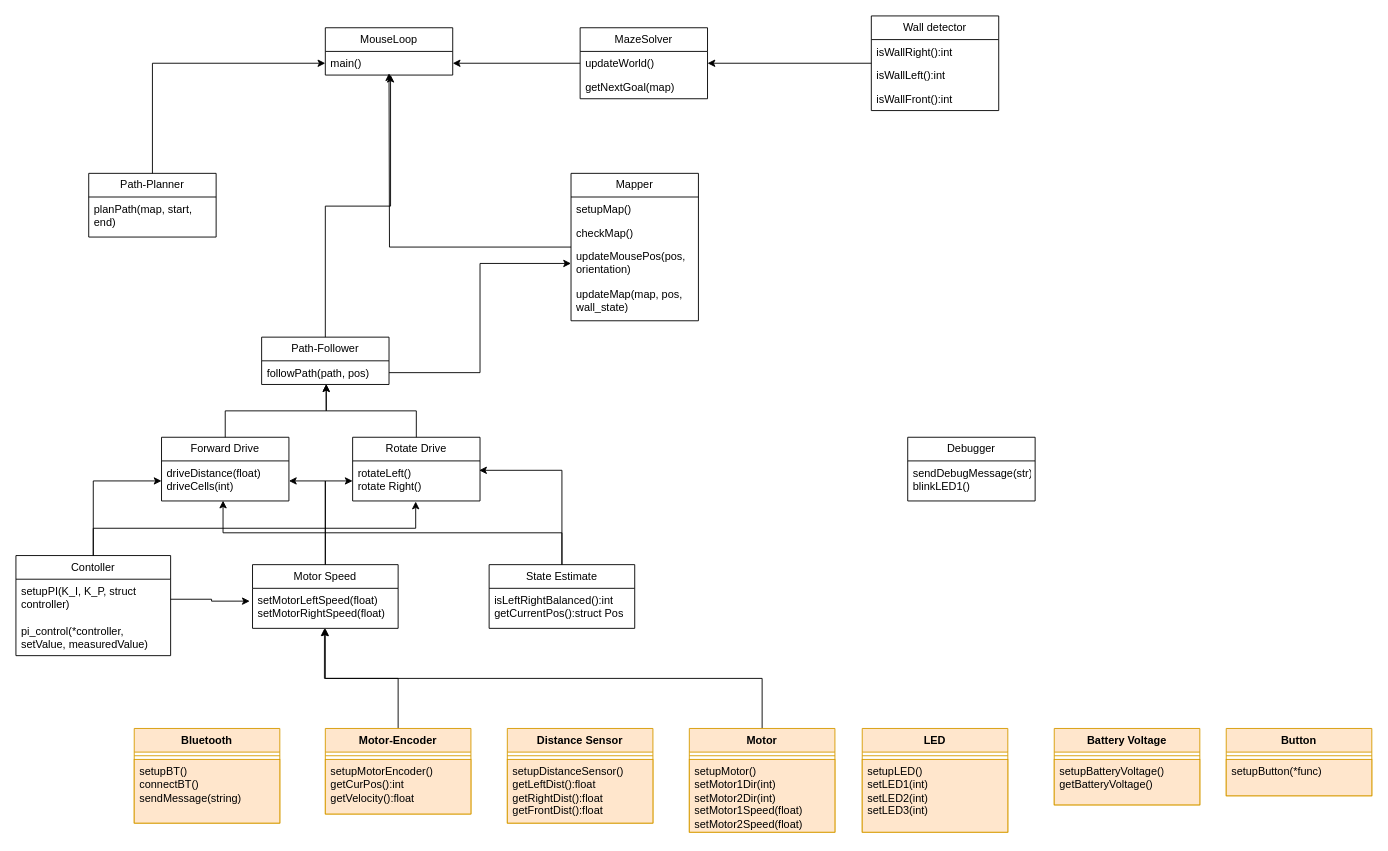
Above: draft/class_diagram.drawio in AminSeffo/Micromouse (draw.io), before the change. Source tidied: cells renumbered, new cells numbered last; positions are measured from the earlier drawing's top-left corner, leaving out a move shared by most shapes. Both pictures are drawn from the tidied source at 91%, with x=0, y=0 at pixel (15, 15).
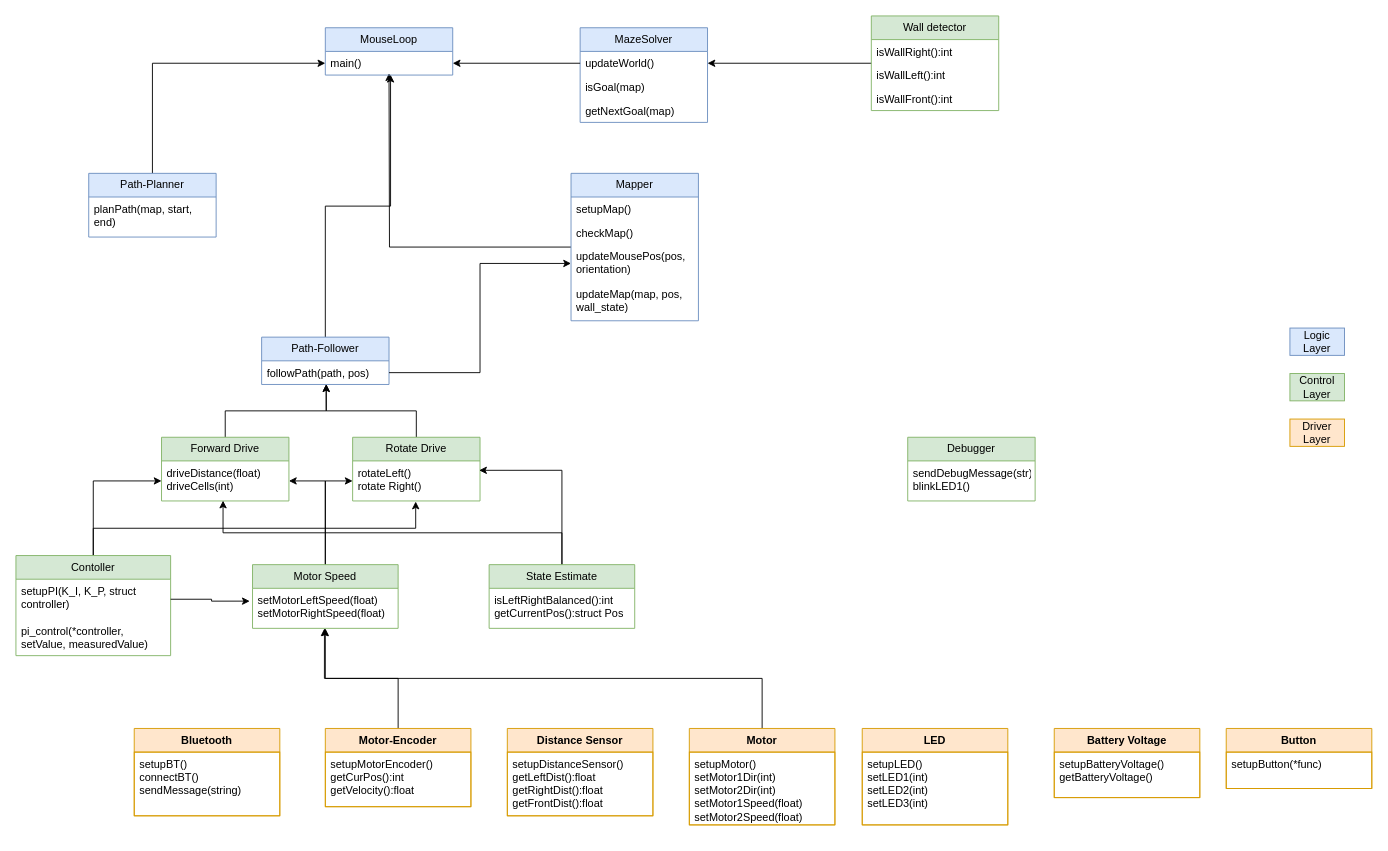
Above is the later version.

Change to the diagram source:
```diff
@@
     <mxCell id="2" value="Bluetooth" style="swimlane;fontStyle=1;align=center;verticalAlign=top;horizontal=1;startSize=26;whiteSpace=wrap;html=1;fillColor=#ffe6cc;strokeColor=#d79b00;" parent="1" vertex="1">
-      <mxGeometry x="130" y="783" width="160" height="104" as="geometry" />
+      <mxGeometry x="130" y="783" width="160" height="96" as="geometry" />
     </mxCell>
-    <mxCell id="3" style="line;strokeWidth=1;fillColor=#ffe6cc;align=left;verticalAlign=middle;spacingTop=-1;spacingLeft=3;spacingRight=3;labelPosition=right;strokeColor=#d79b00;" parent="2" vertex="1">
-      <mxGeometry y="26" width="160" height="8" as="geometry" />
-    </mxCell>
-    <mxCell id="4" value="setupBT()&lt;br&gt;connectBT()&lt;br&gt;sendMessage(string)&lt;br&gt;" style="text;strokeColor=#d79b00;fillColor=#ffe6cc;align=left;verticalAlign=top;spacingLeft=4;spacingRight=4;overflow=hidden;whiteSpace=wrap;html=1;" parent="2" vertex="1">
-      <mxGeometry y="34" width="160" height="70" as="geometry" />
+    <mxCell id="4" value="setupBT()&lt;br&gt;connectBT()&lt;br&gt;sendMessage(string)&lt;br&gt;" style="text;strokeColor=#d79b00;fillColor=none;align=left;verticalAlign=top;spacingLeft=4;spacingRight=4;overflow=hidden;whiteSpace=wrap;html=1;" parent="2" vertex="1">
+      <mxGeometry y="26" width="160" height="70" as="geometry" />
     </mxCell>
@@
     <mxCell id="6" value="Motor-Encoder" style="swimlane;fontStyle=1;align=center;verticalAlign=top;horizontal=1;startSize=26;whiteSpace=wrap;html=1;fillColor=#ffe6cc;strokeColor=#d79b00;" parent="1" vertex="1">
-      <mxGeometry x="340" y="783" width="160" height="94" as="geometry" />
+      <mxGeometry x="340" y="783" width="160" height="86" as="geometry" />
     </mxCell>
-    <mxCell id="7" style="line;strokeWidth=1;fillColor=#ffe6cc;align=left;verticalAlign=middle;spacingTop=-1;spacingLeft=3;spacingRight=3;labelPosition=right;strokeColor=#d79b00;" parent="6" vertex="1">
-      <mxGeometry y="26" width="160" height="8" as="geometry" />
-    </mxCell>
-    <mxCell id="8" value="setupMotorEncoder()&lt;br&gt;getCurPos():int&lt;br&gt;getVelocity():float&lt;br&gt;&lt;br&gt;" style="text;strokeColor=#d79b00;fillColor=#ffe6cc;align=left;verticalAlign=top;spacingLeft=4;spacingRight=4;overflow=hidden;whiteSpace=wrap;html=1;" parent="6" vertex="1">
-      <mxGeometry y="34" width="160" height="60" as="geometry" />
+    <mxCell id="8" value="setupMotorEncoder()&lt;br&gt;getCurPos():int&lt;br&gt;getVelocity():float&lt;br&gt;&lt;br&gt;" style="text;strokeColor=#d79b00;fillColor=none;align=left;verticalAlign=top;spacingLeft=4;spacingRight=4;overflow=hidden;whiteSpace=wrap;html=1;" parent="6" vertex="1">
+      <mxGeometry y="26" width="160" height="60" as="geometry" />
     </mxCell>
     <mxCell id="9" value="Distance Sensor" style="swimlane;fontStyle=1;align=center;verticalAlign=top;horizontal=1;startSize=26;whiteSpace=wrap;html=1;fillColor=#ffe6cc;strokeColor=#d79b00;" parent="1" vertex="1">
-      <mxGeometry x="540" y="783" width="160" height="104" as="geometry" />
+      <mxGeometry x="540" y="783" width="160" height="96" as="geometry" />
     </mxCell>
-    <mxCell id="10" style="line;strokeWidth=1;fillColor=#ffe6cc;align=left;verticalAlign=middle;spacingTop=-1;spacingLeft=3;spacingRight=3;labelPosition=right;strokeColor=#d79b00;" parent="9" vertex="1">
-      <mxGeometry y="26" width="160" height="8" as="geometry" />
-    </mxCell>
-    <mxCell id="11" value="setupDistanceSensor()&lt;br&gt;getLeftDist():float&lt;br&gt;getRightDist():float&lt;br&gt;getFrontDist():float" style="text;strokeColor=#d79b00;fillColor=#ffe6cc;align=left;verticalAlign=top;spacingLeft=4;spacingRight=4;overflow=hidden;whiteSpace=wrap;html=1;" parent="9" vertex="1">
-      <mxGeometry y="34" width="160" height="70" as="geometry" />
+    <mxCell id="11" value="setupDistanceSensor()&lt;br&gt;getLeftDist():float&lt;br&gt;getRightDist():float&lt;br&gt;getFrontDist():float" style="text;strokeColor=#d79b00;fillColor=none;align=left;verticalAlign=top;spacingLeft=4;spacingRight=4;overflow=hidden;whiteSpace=wrap;html=1;" parent="9" vertex="1">
+      <mxGeometry y="26" width="160" height="70" as="geometry" />
     </mxCell>
@@
     <mxCell id="13" value="Motor" style="swimlane;fontStyle=1;align=center;verticalAlign=top;horizontal=1;startSize=26;whiteSpace=wrap;html=1;fillColor=#ffe6cc;strokeColor=#d79b00;" parent="1" vertex="1">
-      <mxGeometry x="740" y="783" width="160" height="114" as="geometry" />
+      <mxGeometry x="740" y="783" width="160" height="106" as="geometry" />
     </mxCell>
-    <mxCell id="14" style="line;strokeWidth=1;fillColor=#ffe6cc;align=left;verticalAlign=middle;spacingTop=-1;spacingLeft=3;spacingRight=3;labelPosition=right;strokeColor=#d79b00;" parent="13" vertex="1">
-      <mxGeometry y="26" width="160" height="8" as="geometry" />
-    </mxCell>
-    <mxCell id="15" value="setupMotor()&lt;br&gt;setMotor1Dir(int)&lt;br&gt;setMotor2Dir(int)&lt;br&gt;setMotor1Speed(float)&lt;br&gt;setMotor2Speed(float)" style="text;strokeColor=#d79b00;fillColor=#ffe6cc;align=left;verticalAlign=top;spacingLeft=4;spacingRight=4;overflow=hidden;whiteSpace=wrap;html=1;" parent="13" vertex="1">
-      <mxGeometry y="34" width="160" height="80" as="geometry" />
+    <mxCell id="15" value="setupMotor()&lt;br&gt;setMotor1Dir(int)&lt;br&gt;setMotor2Dir(int)&lt;br&gt;setMotor1Speed(float)&lt;br&gt;setMotor2Speed(float)" style="text;strokeColor=#d79b00;fillColor=none;align=left;verticalAlign=top;spacingLeft=4;spacingRight=4;overflow=hidden;whiteSpace=wrap;html=1;" parent="13" vertex="1">
+      <mxGeometry y="26" width="160" height="80" as="geometry" />
     </mxCell>
     <mxCell id="16" value="LED" style="swimlane;fontStyle=1;align=center;verticalAlign=top;horizontal=1;startSize=26;whiteSpace=wrap;html=1;fillColor=#ffe6cc;strokeColor=#d79b00;" parent="1" vertex="1">
-      <mxGeometry x="930" y="783" width="160" height="114" as="geometry" />
+      <mxGeometry x="930" y="783" width="160" height="106" as="geometry" />
     </mxCell>
-    <mxCell id="17" style="line;strokeWidth=1;fillColor=#ffe6cc;align=left;verticalAlign=middle;spacingTop=-1;spacingLeft=3;spacingRight=3;labelPosition=right;strokeColor=#d79b00;" parent="16" vertex="1">
-      <mxGeometry y="26" width="160" height="8" as="geometry" />
-    </mxCell>
-    <mxCell id="18" value="setupLED()&lt;br&gt;setLED1(int)&lt;br&gt;setLED2(int)&lt;br&gt;setLED3(int)" style="text;strokeColor=#d79b00;fillColor=#ffe6cc;align=left;verticalAlign=top;spacingLeft=4;spacingRight=4;overflow=hidden;whiteSpace=wrap;html=1;" parent="16" vertex="1">
-      <mxGeometry y="34" width="160" height="80" as="geometry" />
+    <mxCell id="18" value="setupLED()&lt;br&gt;setLED1(int)&lt;br&gt;setLED2(int)&lt;br&gt;setLED3(int)" style="text;strokeColor=#d79b00;fillColor=none;align=left;verticalAlign=top;spacingLeft=4;spacingRight=4;overflow=hidden;whiteSpace=wrap;html=1;" parent="16" vertex="1">
+      <mxGeometry y="26" width="160" height="80" as="geometry" />
     </mxCell>
     <mxCell id="19" value="Battery Voltage" style="swimlane;fontStyle=1;align=center;verticalAlign=top;horizontal=1;startSize=26;whiteSpace=wrap;html=1;fillColor=#ffe6cc;strokeColor=#d79b00;" parent="1" vertex="1">
-      <mxGeometry x="1141" y="783" width="160" height="84" as="geometry" />
+      <mxGeometry x="1141" y="783" width="160" height="76" as="geometry" />
     </mxCell>
-    <mxCell id="20" style="line;strokeWidth=1;fillColor=#ffe6cc;align=left;verticalAlign=middle;spacingTop=-1;spacingLeft=3;spacingRight=3;labelPosition=right;strokeColor=#d79b00;" parent="19" vertex="1">
-      <mxGeometry y="26" width="160" height="8" as="geometry" />
-    </mxCell>
-    <mxCell id="21" value="setupBatteryVoltage()&lt;br&gt;getBatteryVoltage()" style="text;strokeColor=#d79b00;fillColor=#ffe6cc;align=left;verticalAlign=top;spacingLeft=4;spacingRight=4;overflow=hidden;whiteSpace=wrap;html=1;" parent="19" vertex="1">
-      <mxGeometry y="34" width="160" height="50" as="geometry" />
+    <mxCell id="21" value="setupBatteryVoltage()&lt;br&gt;getBatteryVoltage()" style="text;strokeColor=#d79b00;fillColor=none;align=left;verticalAlign=top;spacingLeft=4;spacingRight=4;overflow=hidden;whiteSpace=wrap;html=1;" parent="19" vertex="1">
+      <mxGeometry y="26" width="160" height="50" as="geometry" />
     </mxCell>
     <mxCell id="22" value="Button" style="swimlane;fontStyle=1;align=center;verticalAlign=top;horizontal=1;startSize=26;whiteSpace=wrap;html=1;fillColor=#ffe6cc;strokeColor=#d79b00;" parent="1" vertex="1">
-      <mxGeometry x="1330" y="783" width="160" height="74" as="geometry" />
+      <mxGeometry x="1330" y="783" width="160" height="66" as="geometry" />
     </mxCell>
-    <mxCell id="23" style="line;strokeWidth=1;fillColor=#ffe6cc;align=left;verticalAlign=middle;spacingTop=-1;spacingLeft=3;spacingRight=3;labelPosition=right;strokeColor=#d79b00;" parent="22" vertex="1">
-      <mxGeometry y="26" width="160" height="8" as="geometry" />
-    </mxCell>
-    <mxCell id="24" value="setupButton(*func)" style="text;strokeColor=#d79b00;fillColor=#ffe6cc;align=left;verticalAlign=top;spacingLeft=4;spacingRight=4;overflow=hidden;whiteSpace=wrap;html=1;" parent="22" vertex="1">
-      <mxGeometry y="34" width="160" height="40" as="geometry" />
+    <mxCell id="24" value="setupButton(*func)" style="text;strokeColor=#d79b00;fillColor=none;align=left;verticalAlign=top;spacingLeft=4;spacingRight=4;overflow=hidden;whiteSpace=wrap;html=1;" parent="22" vertex="1">
+      <mxGeometry y="26" width="160" height="40" as="geometry" />
     </mxCell>
@@
-    <mxCell id="27" value="Motor Speed" style="swimlane;fontStyle=0;horizontal=1;startSize=26;fillColor=none;whiteSpace=wrap;html=1;" parent="1" vertex="1">
+    <mxCell id="27" value="Motor Speed" style="swimlane;fontStyle=0;horizontal=1;startSize=26;fillColor=#d5e8d4;whiteSpace=wrap;html=1;strokeColor=#82b366;" parent="1" vertex="1">
       <mxGeometry x="260" y="603" width="160" height="70" as="geometry" />
     </mxCell>
@@
-    <mxCell id="30" value="Forward Drive" style="swimlane;fontStyle=0;horizontal=1;startSize=26;fillColor=none;whiteSpace=wrap;html=1;" parent="1" vertex="1">
+    <mxCell id="30" value="Forward Drive" style="swimlane;fontStyle=0;horizontal=1;startSize=26;fillColor=#d5e8d4;whiteSpace=wrap;html=1;strokeColor=#82b366;" parent="1" vertex="1">
       <mxGeometry x="160" y="463" width="140" height="70" as="geometry" />
     </mxCell>
@@
-    <mxCell id="33" value="Rotate Drive" style="swimlane;fontStyle=0;horizontal=1;startSize=26;fillColor=none;whiteSpace=wrap;html=1;" parent="1" vertex="1">
+    <mxCell id="33" value="Rotate Drive" style="swimlane;fontStyle=0;horizontal=1;startSize=26;fillColor=#d5e8d4;whiteSpace=wrap;html=1;strokeColor=#82b366;" parent="1" vertex="1">
       <mxGeometry x="370" y="463" width="140" height="70" as="geometry" />
     </mxCell>
@@
-    <mxCell id="37" value="State Estimate" style="swimlane;fontStyle=0;horizontal=1;startSize=26;fillColor=none;whiteSpace=wrap;html=1;" parent="1" vertex="1">
+    <mxCell id="37" value="State Estimate" style="swimlane;fontStyle=0;horizontal=1;startSize=26;fillColor=#d5e8d4;whiteSpace=wrap;html=1;strokeColor=#82b366;" parent="1" vertex="1">
       <mxGeometry x="520" y="603" width="160" height="70" as="geometry" />
     </mxCell>
@@
-    <mxCell id="40" value="Wall detector" style="swimlane;fontStyle=0;horizontal=1;startSize=26;fillColor=none;whiteSpace=wrap;html=1;" parent="1" vertex="1">
+    <mxCell id="40" value="Wall detector" style="swimlane;fontStyle=0;horizontal=1;startSize=26;fillColor=#d5e8d4;whiteSpace=wrap;html=1;strokeColor=#82b366;" parent="1" vertex="1">
       <mxGeometry x="940" width="140" height="104" as="geometry" />
     </mxCell>
@@
-    <mxCell id="44" value="Debugger" style="swimlane;fontStyle=0;horizontal=1;startSize=26;fillColor=none;whiteSpace=wrap;html=1;" parent="1" vertex="1">
+    <mxCell id="44" value="Debugger" style="swimlane;fontStyle=0;horizontal=1;startSize=26;fillColor=#d5e8d4;whiteSpace=wrap;html=1;strokeColor=#82b366;" parent="1" vertex="1">
       <mxGeometry x="980" y="463" width="140" height="70" as="geometry" />
     </mxCell>
@@
-    <mxCell id="48" value="Contoller" style="swimlane;fontStyle=0;horizontal=1;startSize=26;fillColor=none;whiteSpace=wrap;html=1;" parent="1" vertex="1">
+    <mxCell id="48" value="Contoller" style="swimlane;fontStyle=0;horizontal=1;startSize=26;fillColor=#d5e8d4;whiteSpace=wrap;html=1;strokeColor=#82b366;" parent="1" vertex="1">
       <mxGeometry y="593" width="170" height="110" as="geometry" />
     </mxCell>
@@
-    <mxCell id="53" value="Mapper" style="swimlane;fontStyle=0;horizontal=1;startSize=26;fillColor=none;whiteSpace=wrap;html=1;" parent="1" vertex="1">
+    <mxCell id="53" value="Mapper" style="swimlane;fontStyle=0;horizontal=1;startSize=26;fillColor=#dae8fc;whiteSpace=wrap;html=1;strokeColor=#6c8ebf;" parent="1" vertex="1">
       <mxGeometry x="610" y="173" width="140" height="162" as="geometry" />
     </mxCell>
@@
-    <mxCell id="58" value="MouseLoop" style="swimlane;fontStyle=0;horizontal=1;startSize=26;fillColor=none;whiteSpace=wrap;html=1;" parent="1" vertex="1">
+    <mxCell id="58" value="MouseLoop" style="swimlane;fontStyle=0;horizontal=1;startSize=26;fillColor=#dae8fc;whiteSpace=wrap;html=1;strokeColor=#6c8ebf;" parent="1" vertex="1">
       <mxGeometry x="340" y="13" width="140" height="52" as="geometry" />
     </mxCell>
@@
-    <mxCell id="61" value="Path-Planner" style="swimlane;fontStyle=0;horizontal=1;startSize=26;fillColor=none;whiteSpace=wrap;html=1;" parent="1" vertex="1">
+    <mxCell id="61" value="Path-Planner" style="swimlane;fontStyle=0;horizontal=1;startSize=26;fillColor=#dae8fc;whiteSpace=wrap;html=1;strokeColor=#6c8ebf;" parent="1" vertex="1">
       <mxGeometry x="80" y="173" width="140" height="70" as="geometry" />
     </mxCell>
@@
-    <mxCell id="64" value="Path-Follower" style="swimlane;fontStyle=0;horizontal=1;startSize=26;fillColor=none;whiteSpace=wrap;html=1;" parent="1" vertex="1">
+    <mxCell id="64" value="Path-Follower" style="swimlane;fontStyle=0;horizontal=1;startSize=26;fillColor=#dae8fc;whiteSpace=wrap;html=1;strokeColor=#6c8ebf;" parent="1" vertex="1">
       <mxGeometry x="270" y="353" width="140" height="52" as="geometry" />
     </mxCell>
@@
-    <mxCell id="66" value="MazeSolver" style="swimlane;fontStyle=0;horizontal=1;startSize=26;fillColor=none;whiteSpace=wrap;html=1;" parent="1" vertex="1">
-      <mxGeometry x="620" y="13" width="140" height="78" as="geometry" />
+    <mxCell id="66" value="MazeSolver" style="swimlane;fontStyle=0;horizontal=1;startSize=26;fillColor=#dae8fc;whiteSpace=wrap;html=1;strokeColor=#6c8ebf;" parent="1" vertex="1">
+      <mxGeometry x="620" y="13" width="140" height="104" as="geometry" />
     </mxCell>
@@
+    <mxCell id="71" value="isGoal(map)" style="text;strokeColor=none;fillColor=none;align=left;verticalAlign=top;spacingLeft=4;spacingRight=4;overflow=hidden;whiteSpace=wrap;html=1;" parent="66" vertex="1">
+      <mxGeometry y="52" width="140" height="26" as="geometry" />
+    </mxCell>
     <mxCell id="68" value="getNextGoal(map)" style="text;strokeColor=none;fillColor=none;align=left;verticalAlign=top;spacingLeft=4;spacingRight=4;overflow=hidden;whiteSpace=wrap;html=1;" parent="66" vertex="1">
-      <mxGeometry y="52" width="140" height="26" as="geometry" />
+      <mxGeometry y="78" width="140" height="26" as="geometry" />
     </mxCell>
@@
+    <mxCell id="72" value="Logic Layer" style="text;html=1;strokeColor=#6c8ebf;fillColor=#dae8fc;align=center;verticalAlign=middle;whiteSpace=wrap;rounded=0;" parent="1" vertex="1">
+      <mxGeometry x="1400" y="343" width="60" height="30" as="geometry" />
+    </mxCell>
+    <mxCell id="73" value="Control Layer" style="text;html=1;strokeColor=#82b366;fillColor=#d5e8d4;align=center;verticalAlign=middle;whiteSpace=wrap;rounded=0;" parent="1" vertex="1">
+      <mxGeometry x="1400" y="393" width="60" height="30" as="geometry" />
+    </mxCell>
+    <mxCell id="74" value="Driver Layer" style="text;html=1;strokeColor=#d79b00;fillColor=#ffe6cc;align=center;verticalAlign=middle;whiteSpace=wrap;rounded=0;" parent="1" vertex="1">
+      <mxGeometry x="1400" y="443" width="60" height="30" as="geometry" />
+    </mxCell>
```
